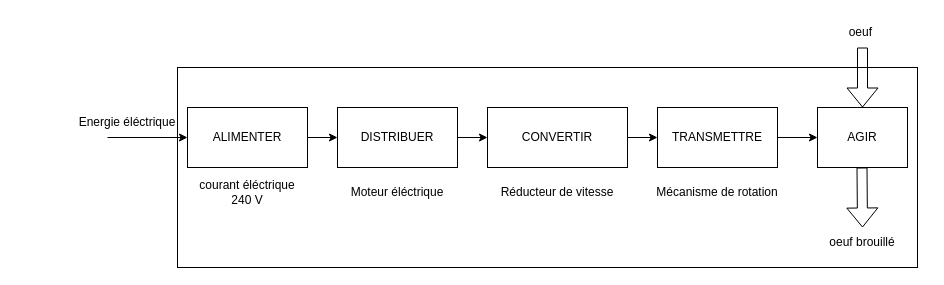
Above: Diagramme sans nom.drawio in admsnd/Classeur_SI- (draw.io), before the change. Source tidied: cells renumbered, new cells numbered last; positions are measured from the earlier drawing's top-left corner, leaving out a move shared by most shapes. Both pictures are drawn from the tidied source at 100%, with x=0, y=0 at pixel (67, 17).
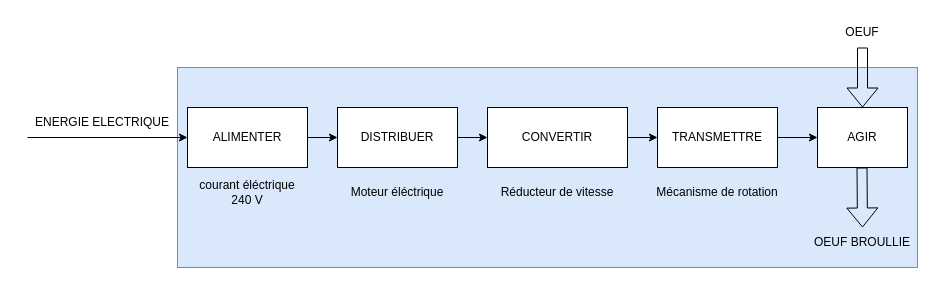
The same page after the edit.

Commit message (it also covers changes not shown here):
Mettre à jour Diagramme sans nom.drawio

The edit, as a diff of the source:
```diff
@@
-    <mxCell id="2" style="rounded=0;whiteSpace=wrap;html=1;" parent="1" vertex="1">
+    <mxCell id="2" style="rounded=0;whiteSpace=wrap;html=1;fillColor=#dae8fc;strokeColor=#6c8ebf;" parent="1" vertex="1">
       <mxGeometry x="110" y="50" width="740" height="200" as="geometry" />
     </mxCell>
@@
-    <mxCell id="17" value="oeuf&amp;nbsp;" style="text;html=1;align=center;verticalAlign=middle;whiteSpace=wrap;rounded=0;" parent="1" vertex="1">
+    <mxCell id="17" value="OEUF" style="text;html=1;align=center;verticalAlign=middle;whiteSpace=wrap;rounded=0;" parent="1" vertex="1">
       <mxGeometry x="765" width="60" height="30" as="geometry" />
     </mxCell>
-    <mxCell id="18" value="oeuf brouillé" style="text;html=1;align=center;verticalAlign=middle;whiteSpace=wrap;rounded=0;" parent="1" vertex="1">
+    <mxCell id="18" value="OEUF BROULLIE" style="text;html=1;align=center;verticalAlign=middle;whiteSpace=wrap;rounded=0;" parent="1" vertex="1">
       <mxGeometry x="730" y="210" width="130" height="30" as="geometry" />
     </mxCell>
@@
     <mxCell id="20" style="endArrow=classic;html=1;rounded=0;" parent="1" edge="1">
       <mxGeometry relative="1" as="geometry">
-        <mxPoint x="40" y="120" as="sourcePoint" />
+        <mxPoint x="-40" y="120" as="sourcePoint" />
         <mxPoint x="120" y="120" as="targetPoint" />
       </mxGeometry>
     </mxCell>
-    <mxCell id="21" value="Energie éléctrique" style="text;html=1;align=center;verticalAlign=middle;whiteSpace=wrap;rounded=0;" parent="1" vertex="1">
-      <mxGeometry y="90" width="120" height="30" as="geometry" />
+    <mxCell id="21" value="ENERGIE ELECTRIQUE" style="text;html=1;align=center;verticalAlign=middle;whiteSpace=wrap;rounded=0;" parent="1" vertex="1">
+      <mxGeometry x="-50" y="90" width="170" height="30" as="geometry" />
     </mxCell>
```
